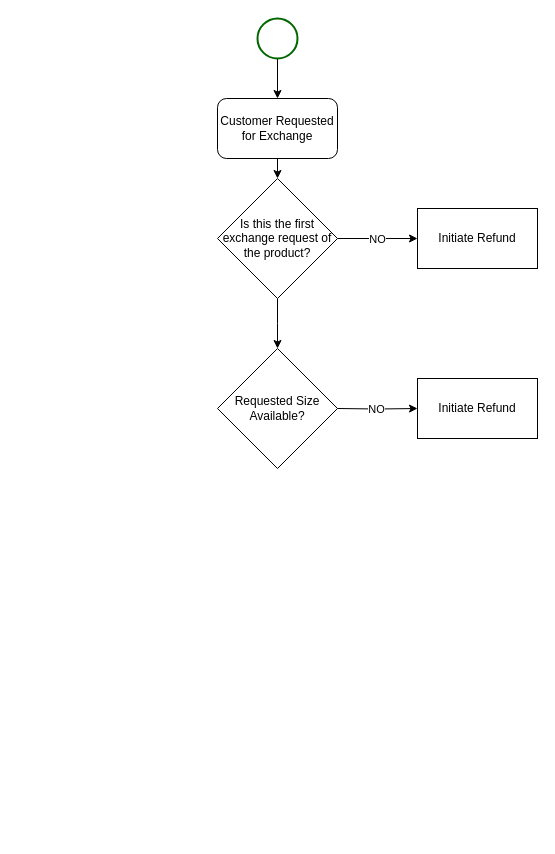
SaketNarayane/ProcessFlows keeps this draw.io diagram as Exchange.drawio. Above is the earlier version. Source tidied: cells renumbered, new cells numbered last; positions are measured from the earlier drawing's top-left corner, leaving out a move shared by most shapes. Both pictures are drawn from the tidied source at 100%, with x=0, y=0 at pixel (217, 18).
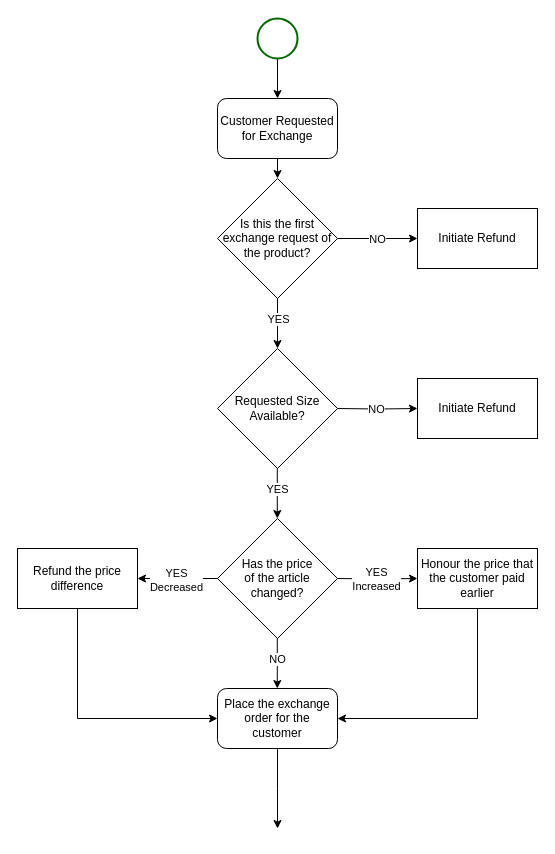
The same page after the edit.

Unchanged cells that the change refers to:
```xml
<mxCell id="8" style="edgeStyle=orthogonalEdgeStyle;rounded=0;jettySize=auto;html=1;exitX=0.5;exitY=1;exitDx=0;exitDy=0;" parent="1" edge="1" source="9">
  <mxGeometry relative="1" as="geometry">
    <mxPoint x="60" y="330" as="targetPoint" />
  </mxGeometry>
</mxCell>
```

Diff of the diagram source:
```diff
@@
+    <mxCell id="15" value="YES" style="edgeLabel;html=1;align=center;verticalAlign=middle;" parent="8" vertex="1">
+      <mxGeometry x="-0.21" relative="1" as="geometry" />
+    </mxCell>
@@
+    <mxCell id="16" style="edgeStyle=orthogonalEdgeStyle;rounded=0;orthogonalLoop=1;jettySize=auto;html=1;exitX=0.5;exitY=1;exitDx=0;exitDy=0;" parent="1" edge="1">
+      <mxGeometry relative="1" as="geometry">
+        <mxPoint x="59.8" y="450" as="sourcePoint" />
+        <mxPoint x="59.8" y="500" as="targetPoint" />
+      </mxGeometry>
+    </mxCell>
+    <mxCell id="17" value="YES" style="edgeLabel;html=1;align=center;verticalAlign=middle;" parent="16" vertex="1">
+      <mxGeometry x="-0.21" relative="1" as="geometry" />
+    </mxCell>
+    <mxCell id="18" style="edgeStyle=orthogonalEdgeStyle;rounded=0;jettySize=auto;html=1;" parent="1" edge="1" source="20" target="28">
+      <mxGeometry relative="1" as="geometry" />
+    </mxCell>
+    <mxCell id="19" value="YES&lt;br&gt;Decreased" style="edgeLabel;html=1;align=center;verticalAlign=middle;" parent="18" vertex="1">
+      <mxGeometry x="0.06" y="1" relative="1" as="geometry" />
+    </mxCell>
+    <mxCell id="20" value="Has the price&lt;br&gt;of the article&lt;br&gt;changed?" style="rhombus;whiteSpace=wrap;html=1;" parent="1" vertex="1">
+      <mxGeometry y="500" width="120" height="120" as="geometry" />
+    </mxCell>
+    <mxCell id="21" style="edgeStyle=orthogonalEdgeStyle;rounded=0;jettySize=auto;html=1;exitX=1;exitY=0.5;exitDx=0;exitDy=0;entryX=0;entryY=0.5;entryDx=0;entryDy=0;" parent="1" edge="1" target="24">
+      <mxGeometry relative="1" as="geometry">
+        <mxPoint x="120" y="560" as="sourcePoint" />
+      </mxGeometry>
+    </mxCell>
+    <mxCell id="22" value="YES&lt;br&gt;Increased" style="edgeLabel;html=1;align=center;verticalAlign=middle;" parent="21" vertex="1">
+      <mxGeometry x="-0.03" relative="1" as="geometry" />
+    </mxCell>
+    <mxCell id="23" style="edgeStyle=orthogonalEdgeStyle;rounded=0;jettySize=auto;html=1;entryX=1;entryY=0.5;entryDx=0;entryDy=0;" parent="1" edge="1" source="24" target="30">
+      <mxGeometry relative="1" as="geometry">
+        <Array as="points">
+          <mxPoint x="260" y="700" />
+        </Array>
+      </mxGeometry>
+    </mxCell>
+    <mxCell id="24" value="Honour the price that the customer paid earlier" style="whiteSpace=wrap;html=1;" parent="1" vertex="1">
+      <mxGeometry x="200" y="530" width="120" height="60" as="geometry" />
+    </mxCell>
+    <mxCell id="25" style="edgeStyle=orthogonalEdgeStyle;rounded=0;orthogonalLoop=1;jettySize=auto;html=1;exitX=0.5;exitY=1;exitDx=0;exitDy=0;" parent="1" edge="1">
+      <mxGeometry relative="1" as="geometry">
+        <mxPoint x="59.8" y="620" as="sourcePoint" />
+        <mxPoint x="59.8" y="670" as="targetPoint" />
+      </mxGeometry>
+    </mxCell>
+    <mxCell id="26" value="NO" style="edgeLabel;html=1;align=center;verticalAlign=middle;" parent="25" vertex="1">
+      <mxGeometry x="-0.21" relative="1" as="geometry" />
+    </mxCell>
+    <mxCell id="27" style="edgeStyle=orthogonalEdgeStyle;rounded=0;jettySize=auto;html=1;exitX=0.5;exitY=1;exitDx=0;exitDy=0;entryX=0;entryY=0.5;entryDx=0;entryDy=0;" parent="1" edge="1" source="28" target="30">
+      <mxGeometry relative="1" as="geometry" />
+    </mxCell>
+    <mxCell id="28" value="Refund the price difference" style="whiteSpace=wrap;html=1;" parent="1" vertex="1">
+      <mxGeometry x="-200" y="530" width="120" height="60" as="geometry" />
+    </mxCell>
+    <mxCell id="29" style="edgeStyle=orthogonalEdgeStyle;rounded=0;jettySize=auto;html=1;" parent="1" edge="1" source="30">
+      <mxGeometry relative="1" as="geometry">
+        <mxPoint x="60" y="810" as="targetPoint" />
+      </mxGeometry>
+    </mxCell>
+    <mxCell id="30" value="Place the exchange order for the customer" style="rounded=1;whiteSpace=wrap;html=1;" parent="1" vertex="1">
+      <mxGeometry y="670" width="120" height="60" as="geometry" />
+    </mxCell>
```
